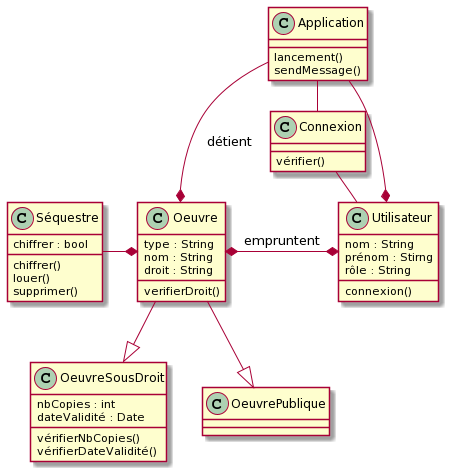
The PlantUML diagram diagramme/diagramme_classe/SC1_Louer.png in Ayolos/Blitz-Unite, before a commit. Source of this version:
```plantuml
@startuml
class Connexion
class Séquestre
class Oeuvre
class Application

Connexion : vérifier()

Oeuvre : type : String
Oeuvre : nom : String
Oeuvre : droit : String
Oeuvre : verifierDroit()

Utilisateur : connexion()
Utilisateur : nom : String
Utilisateur : prénom : Stirng
Utilisateur : rôle : String

Application : lancement()
Application : sendMessage()

Séquestre : chiffrer()
Séquestre : chiffrer : bool
Séquestre : louer()
Séquestre : supprimer()

OeuvreSousDroit : nbCopies : int
OeuvreSousDroit : vérifierNbCopies()
OeuvreSousDroit : dateValidité : Date
OeuvreSousDroit : vérifierDateValidité()

Connexion -left- Application
Connexion - Utilisateur
Oeuvre *--up Application : détient
Application -* Utilisateur
Séquestre -* Oeuvre
Oeuvre --|> OeuvrePublique
Oeuvre --|> OeuvreSousDroit
Oeuvre *-* Utilisateur : empruntent
@enduml
```
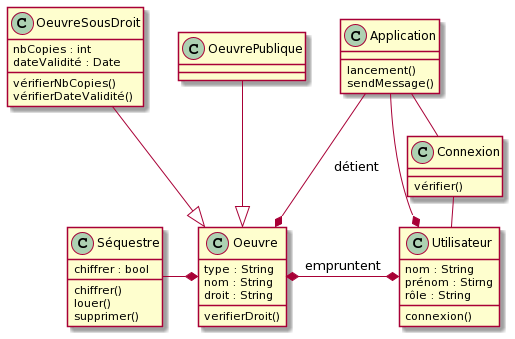
After the change.

Commit message:
modif diag class

Diff of the diagram source:
```diff
@@ -34,7 +34,7 @@
 Oeuvre *--up Application : détient
 Application -* Utilisateur
 Séquestre -* Oeuvre
-Oeuvre --|> OeuvrePublique
-Oeuvre --|> OeuvreSousDroit
+OeuvrePublique --|> Oeuvre
+OeuvreSousDroit --|> Oeuvre
 Oeuvre *-* Utilisateur : empruntent
 @enduml
```
